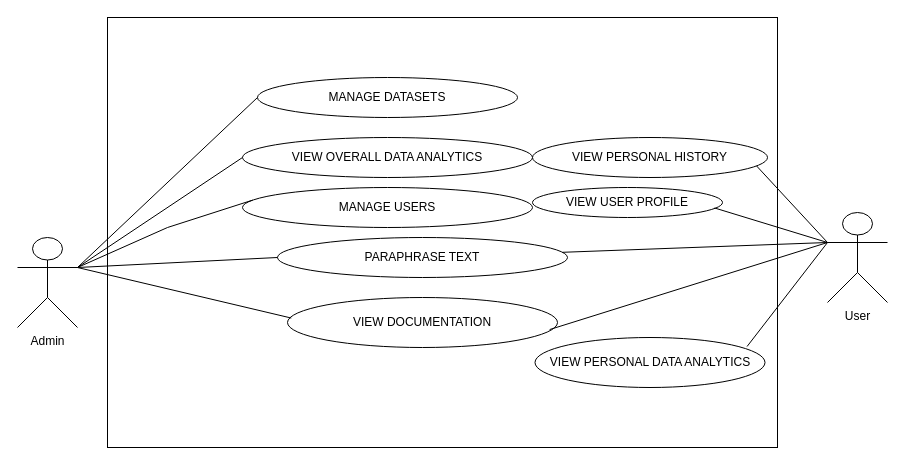
Before: usecase-ca.drawio in jaredbaren18/LavaLust, a draw.io diagram. Source tidied: cells renumbered, new cells numbered last; positions are measured from the earlier drawing's top-left corner, leaving out a move shared by most shapes. Both pictures are drawn from the tidied source at 100%, with x=0, y=0 at pixel (17, 17).
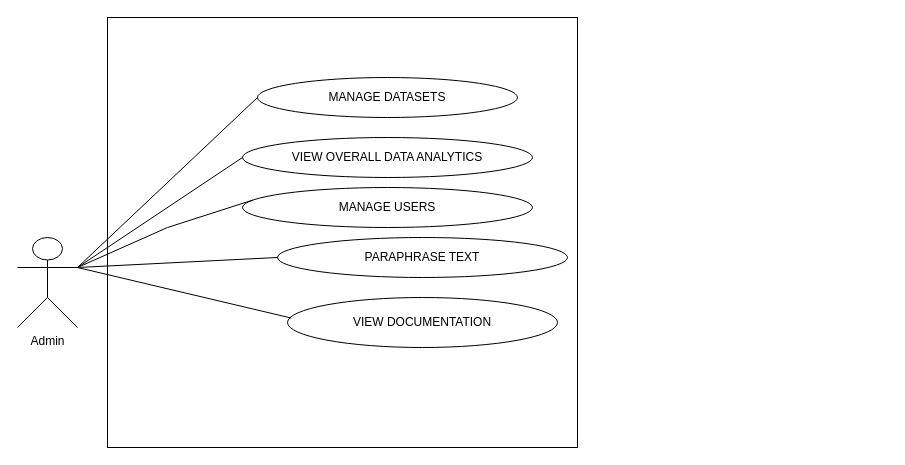
After the change.

The change refers to these unchanged cells:
```xml
<mxCell id="9" value="PARAPHRASE TEXT" style="ellipse;whiteSpace=wrap;html=1;" parent="1" vertex="1">
  <mxGeometry x="260" y="220" width="290" height="40" as="geometry" />
</mxCell>
<mxCell id="14" value="VIEW DOCUMENTATION" style="ellipse;whiteSpace=wrap;html=1;" parent="1" vertex="1">
  <mxGeometry x="270" y="280" width="270" height="50" as="geometry" />
</mxCell>
```

What changed in the source:
```diff
@@
     <mxCell id="2" style="rounded=0;whiteSpace=wrap;html=1;" parent="1" vertex="1">
-      <mxGeometry x="90" width="670" height="430" as="geometry" />
+      <mxGeometry x="90" width="470" height="430" as="geometry" />
     </mxCell>
@@
-    <mxCell id="4" value="User" style="shape=umlActor;verticalLabelPosition=bottom;verticalAlign=top;html=1;outlineConnect=0;" parent="1" vertex="1">
-      <mxGeometry x="810" y="195" width="60" height="90" as="geometry" />
-    </mxCell>
@@
-    <mxCell id="11" style="endArrow=none;html=1;rounded=0;entryX=0;entryY=0.3333333333333333;entryDx=0;entryDy=0;entryPerimeter=0;" parent="1" edge="1" source="9" target="4">
-      <mxGeometry relative="1" as="geometry" />
-    </mxCell>
@@
-    <mxCell id="16" style="endArrow=none;html=1;rounded=0;entryX=0.95;entryY=0.689;entryDx=0;entryDy=0;entryPerimeter=0;exitX=0;exitY=0.3333333333333333;exitDx=0;exitDy=0;exitPerimeter=0;" parent="1" edge="1" source="4" target="19">
-      <mxGeometry relative="1" as="geometry" />
-    </mxCell>
-    <mxCell id="17" style="endArrow=none;html=1;rounded=0;entryX=0;entryY=0.3333333333333333;entryDx=0;entryDy=0;entryPerimeter=0;exitX=0.971;exitY=0.641;exitDx=0;exitDy=0;exitPerimeter=0;" parent="1" edge="1" source="14" target="4">
-      <mxGeometry relative="1" as="geometry" />
-    </mxCell>
@@
-    <mxCell id="19" value="VIEW PERSONAL HISTORY" style="ellipse;whiteSpace=wrap;html=1;" parent="1" vertex="1">
-      <mxGeometry x="515" y="120" width="235" height="40" as="geometry" />
-    </mxCell>
-    <mxCell id="20" value="VIEW USER PROFILE" style="ellipse;whiteSpace=wrap;html=1;" parent="1" vertex="1">
-      <mxGeometry x="515" y="170" width="190" height="30" as="geometry" />
-    </mxCell>
-    <mxCell id="21" style="endArrow=none;html=1;rounded=0;exitX=0.958;exitY=0.682;exitDx=0;exitDy=0;exitPerimeter=0;entryX=0;entryY=0.3333333333333333;entryDx=0;entryDy=0;entryPerimeter=0;" parent="1" edge="1" source="20" target="4">
-      <mxGeometry relative="1" as="geometry" />
-    </mxCell>
-    <mxCell id="22" value="VIEW PERSONAL DATA ANALYTICS" style="ellipse;whiteSpace=wrap;html=1;" parent="1" vertex="1">
-      <mxGeometry x="517.5" y="320" width="230" height="50" as="geometry" />
-    </mxCell>
-    <mxCell id="23" style="endArrow=none;html=1;rounded=0;exitX=0.922;exitY=0.18;exitDx=0;exitDy=0;exitPerimeter=0;entryX=0;entryY=0.3333333333333333;entryDx=0;entryDy=0;entryPerimeter=0;" parent="1" edge="1" source="22" target="4">
-      <mxGeometry relative="1" as="geometry" />
-    </mxCell>
```
